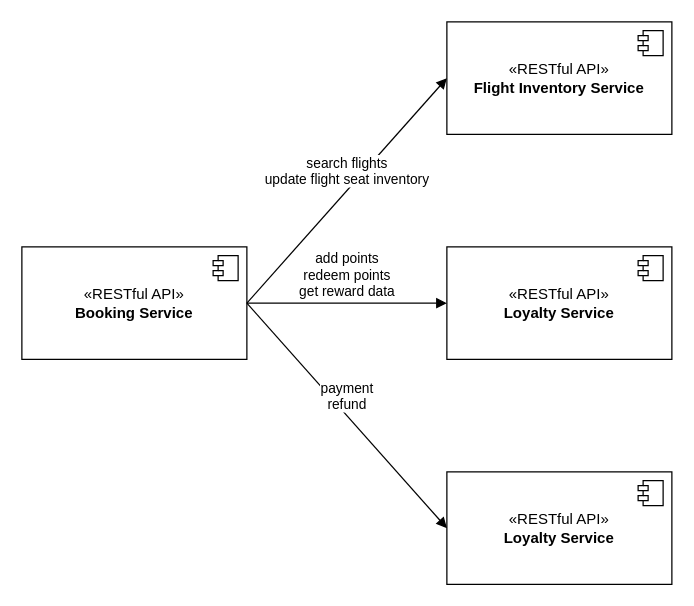
Before: page "Services" (2 of 11) of design.drawio in menghuali/wksp-refined-microservices, a draw.io diagram. Source tidied: cells renumbered, new cells numbered last; positions are measured from the earlier drawing's top-left corner, leaving out a move shared by most shapes. Both pictures are drawn from the tidied source at 125%, with x=0, y=0 at pixel (21, 21).
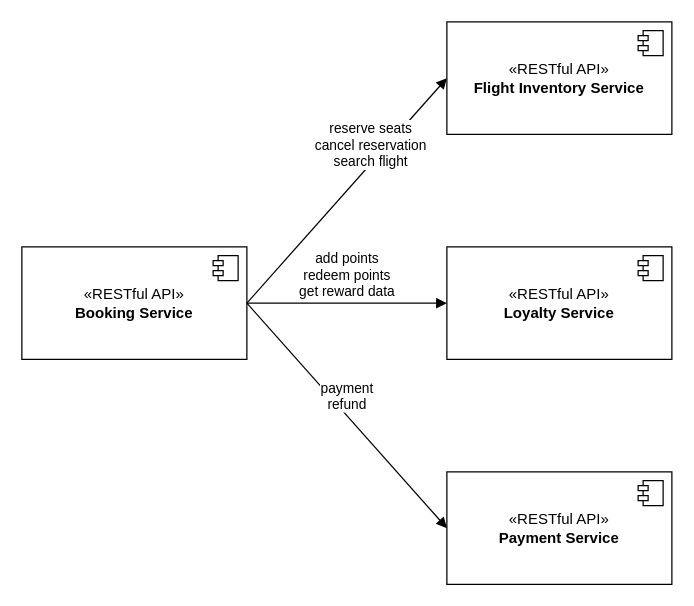
The same diagram, later.

The edit, as a diff of the source:
```diff
@@
 <mxGraphModel>
   <root>
     <mxCell id="0" />
     <mxCell id="1" parent="0" />
     <mxCell id="2" value="«RESTful API»&lt;br&gt;&lt;b&gt;Booking Service&lt;/b&gt;" style="html=1;whiteSpace=wrap;" parent="1" vertex="1">
       <mxGeometry y="180" width="180" height="90" as="geometry" />
     </mxCell>
     <mxCell id="3" style="shape=module;jettyWidth=8;jettyHeight=4;" parent="2" vertex="1">
       <mxGeometry x="1" width="20" height="20" relative="1" as="geometry">
         <mxPoint x="-27" y="7" as="offset" />
       </mxGeometry>
     </mxCell>
     <mxCell id="4" value="«RESTful API»&lt;br&gt;&lt;b&gt;Flight Inventory&lt;/b&gt;&amp;nbsp;&lt;b&gt;Service&lt;/b&gt;" style="html=1;whiteSpace=wrap;" parent="1" vertex="1">
       <mxGeometry x="340" width="180" height="90" as="geometry" />
     </mxCell>
     <mxCell id="5" style="shape=module;jettyWidth=8;jettyHeight=4;" parent="4" vertex="1">
       <mxGeometry x="1" width="20" height="20" relative="1" as="geometry">
         <mxPoint x="-27" y="7" as="offset" />
       </mxGeometry>
     </mxCell>
     <mxCell id="6" value="«RESTful API»&lt;br&gt;&lt;b&gt;Loyalty Service&lt;/b&gt;" style="html=1;whiteSpace=wrap;" parent="1" vertex="1">
       <mxGeometry x="340" y="180" width="180" height="90" as="geometry" />
     </mxCell>
     <mxCell id="7" style="shape=module;jettyWidth=8;jettyHeight=4;" parent="6" vertex="1">
       <mxGeometry x="1" width="20" height="20" relative="1" as="geometry">
         <mxPoint x="-27" y="7" as="offset" />
       </mxGeometry>
     </mxCell>
-    <mxCell id="8" value="search flights&lt;div&gt;update flight seat inventory&lt;/div&gt;" style="html=1;verticalAlign=bottom;endArrow=block;curved=0;rounded=0;exitX=1;exitY=0.5;exitDx=0;exitDy=0;entryX=0;entryY=0.5;entryDx=0;entryDy=0;" parent="1" edge="1" source="2" target="4">
-      <mxGeometry relative="1" as="geometry" />
+    <mxCell id="8" value="reserve seats&lt;div&gt;cancel reservation&lt;/div&gt;&lt;div&gt;search flight&lt;/div&gt;" style="html=1;verticalAlign=bottom;endArrow=block;curved=0;rounded=0;exitX=1;exitY=0.5;exitDx=0;exitDy=0;entryX=0;entryY=0.5;entryDx=0;entryDy=0;" parent="1" edge="1" source="2" target="4">
+      <mxGeometry x="0.2" y="-5" relative="1" as="geometry" />
     </mxCell>
     <mxCell id="9" value="&lt;div&gt;add points&lt;/div&gt;redeem points&lt;div&gt;get reward data&lt;/div&gt;" style="html=1;verticalAlign=bottom;endArrow=block;curved=0;rounded=0;exitX=1;exitY=0.5;exitDx=0;exitDy=0;entryX=0;entryY=0.5;entryDx=0;entryDy=0;" parent="1" edge="1" source="2" target="6">
       <mxGeometry relative="1" as="geometry" />
     </mxCell>
-    <mxCell id="10" value="«RESTful API»&lt;br&gt;&lt;b&gt;Loyalty Service&lt;/b&gt;" style="html=1;whiteSpace=wrap;" parent="1" vertex="1">
+    <mxCell id="10" value="«RESTful API»&lt;br&gt;&lt;b&gt;Payment Service&lt;/b&gt;" style="html=1;whiteSpace=wrap;" parent="1" vertex="1">
       <mxGeometry x="340" y="360" width="180" height="90" as="geometry" />
     </mxCell>
     <mxCell id="11" style="shape=module;jettyWidth=8;jettyHeight=4;" parent="10" vertex="1">
       <mxGeometry x="1" width="20" height="20" relative="1" as="geometry">
         <mxPoint x="-27" y="7" as="offset" />
       </mxGeometry>
     </mxCell>
     <mxCell id="12" value="&lt;div&gt;payment&lt;/div&gt;&lt;div&gt;refund&lt;/div&gt;" style="html=1;verticalAlign=bottom;endArrow=block;curved=0;rounded=0;exitX=1;exitY=0.5;exitDx=0;exitDy=0;entryX=0;entryY=0.5;entryDx=0;entryDy=0;" parent="1" edge="1" source="2" target="10">
       <mxGeometry relative="1" as="geometry" />
     </mxCell>
   </root>
 </mxGraphModel>
```
